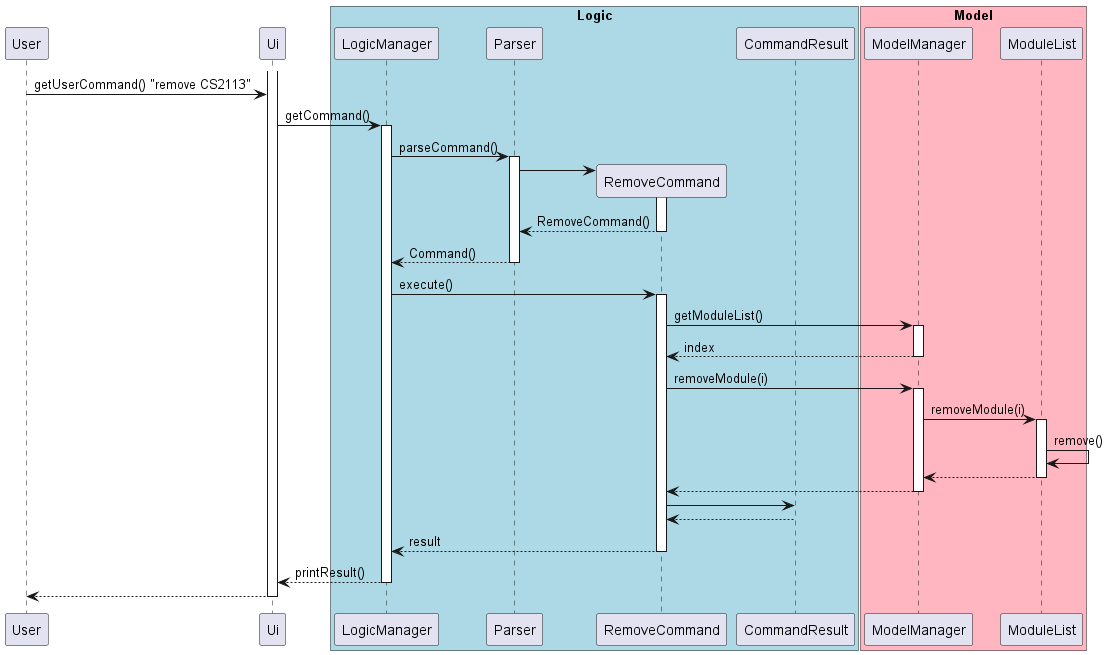
The PlantUML diagram docs/uml/diagrams/RemoveModSequence.png in sriram-senthilkr/tp, before a commit.
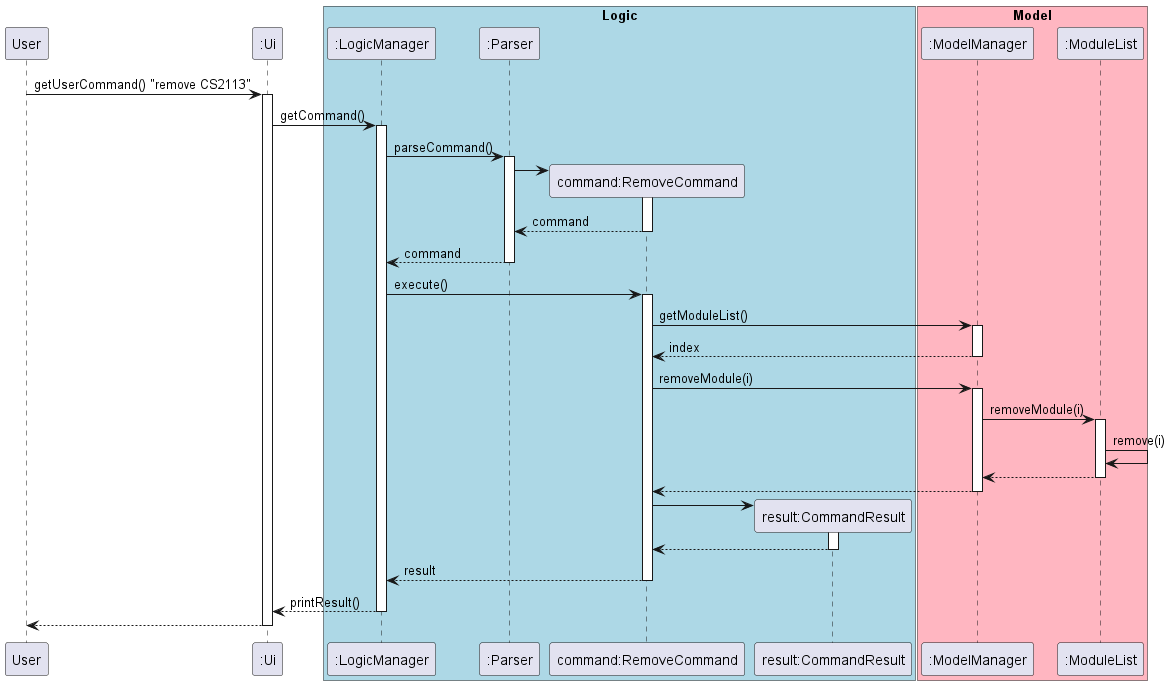
The same file after the commit.

Diff of the diagram source:
```diff
@@ -1,9 +1,23 @@
 @startuml
 participant User
+participant ":Ui" as Ui
+
+box "Logic" #LightBlue
+participant ":LogicManager" as LogicManager
+participant ":Parser" as Parser
+participant "command:RemoveCommand" as RemoveCommand
+participant "result:CommandResult" as CommandResult
+end box
+
+box "Model" #LightPink
+participant ":ModelManager" as ModelManager
+participant ":ModuleList" as ModuleList
+end box
+
+
+User -> Ui: getUserCommand() "remove CS2113"
 
 activate Ui
-User -> Ui: getUserCommand() "remove CS2113"
-box "Logic" #LightBlue
 Ui -> LogicManager: getCommand()
 activate LogicManager
 
@@ -11,24 +25,19 @@
 LogicManager -> Parser: parseCommand()
 activate Parser
 
-
 create RemoveCommand
 Parser -> RemoveCommand
 activate RemoveCommand
 
-RemoveCommand --> Parser: RemoveCommand()
+RemoveCommand --> Parser: command
 deactivate RemoveCommand
 
 
-Parser --> LogicManager: Command()
+Parser --> LogicManager: command
 deactivate Parser
 
+LogicManager -> RemoveCommand: execute()
 
-LogicManager -> RemoveCommand: execute()
-participant CommandResult
-end box
-
-box "Model" #LightPink
 activate RemoveCommand
 
 RemoveCommand -> ModelManager: getModuleList()
@@ -43,7 +52,7 @@
 ModelManager -> ModuleList: removeModule(i)
 activate ModuleList
 
-ModuleList -> ModuleList: remove()
+ModuleList -> ModuleList: remove(i)
 
 ModuleList --> ModelManager:
 deactivate ModuleList
@@ -51,8 +60,12 @@
 ModelManager --> RemoveCommand
 deactivate ModelManager
 
+create CommandResult
+
 RemoveCommand -> CommandResult
+activate CommandResult
 CommandResult --> RemoveCommand
+deactivate CommandResult
 
 RemoveCommand --> LogicManager: result
 deactivate RemoveCommand
```
